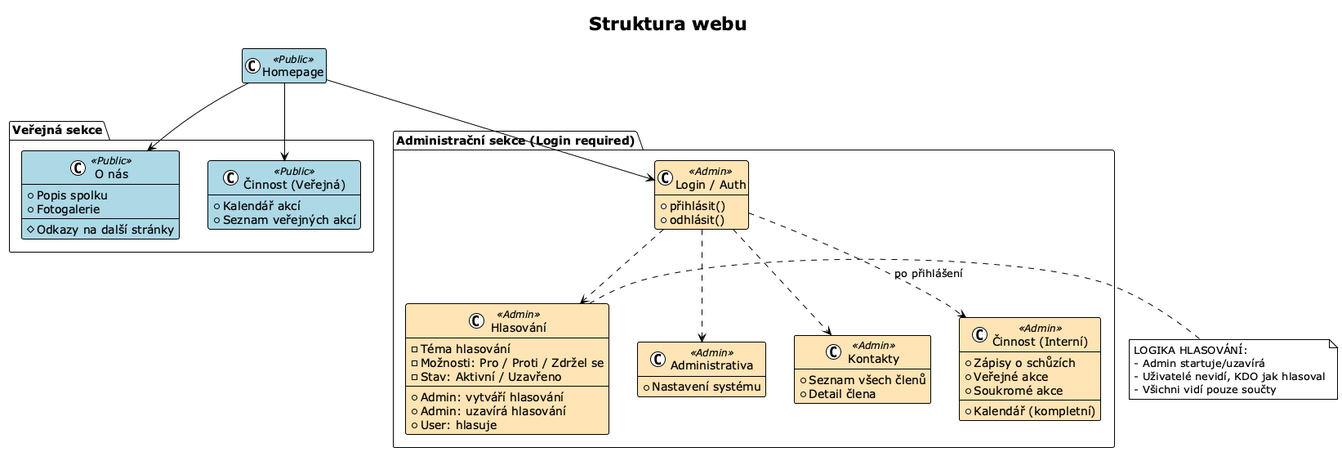
Before: docs/diagrams/Sitemap Diagram.png, a diagram exported from PlantUML (jacky32/slovjani).
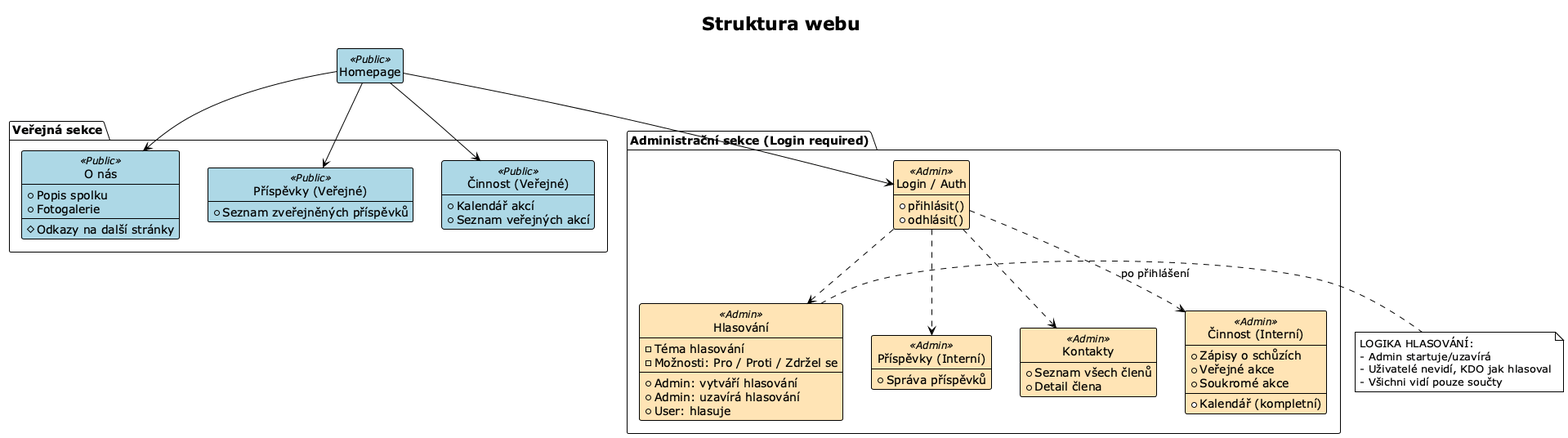
Later version of the same file.

Change to the diagram source:
```diff
@@ -1,6 +1,7 @@
 @startuml "Sitemap Diagram"
 !theme plain
 hide empty members
+hide circles
 
 skinparam class {
     BackgroundColor<<Public>> LightBlue
@@ -20,7 +21,11 @@
         # Odkazy na další stránky
     }
 
-    class "Činnost (Veřejná)" as CinnostPub <<Public>> {
+    class "Příspěvky (Veřejné)" as PostsPub <<Public>> {
+        + Seznam zveřejněných příspěvků
+    }
+
+    class "Činnost (Veřejné)" as CinnostPub <<Public>> {
         + Kalendář akcí
         + Seznam veřejných akcí
     }
@@ -32,8 +37,8 @@
         + odhlásit()
     }
 
-    class "Administrativa" as AdminPage <<Admin>> {
-        + Nastavení systému
+    class "Příspěvky (Interní)" as AdminPostsPage <<Admin>> {
+        + Správa příspěvků
     }
 
     class "Kontakty" as Kontakty <<Admin>> {
@@ -51,7 +56,6 @@
     class "Hlasování" as Hlasovani <<Admin>> {
         - Téma hlasování
         - Možnosti: Pro / Proti / Zdržel se
-        - Stav: Aktivní / Uzavřeno
         --
         + Admin: vytváří hlasování
         + Admin: uzavírá hlasování
@@ -60,13 +64,14 @@
 }
 
 Home --> Onas
+Home --> PostsPub
 Home --> CinnostPub
 Home --> Login
 
 Login ..> CinnostPriv : po přihlášení
 Login ..> Hlasovani
 Login ..> Kontakty
-Login ..> AdminPage
+Login ..> AdminPostsPage
 
 note right of Hlasovani
   LOGIKA HLASOVÁNÍ:
```
